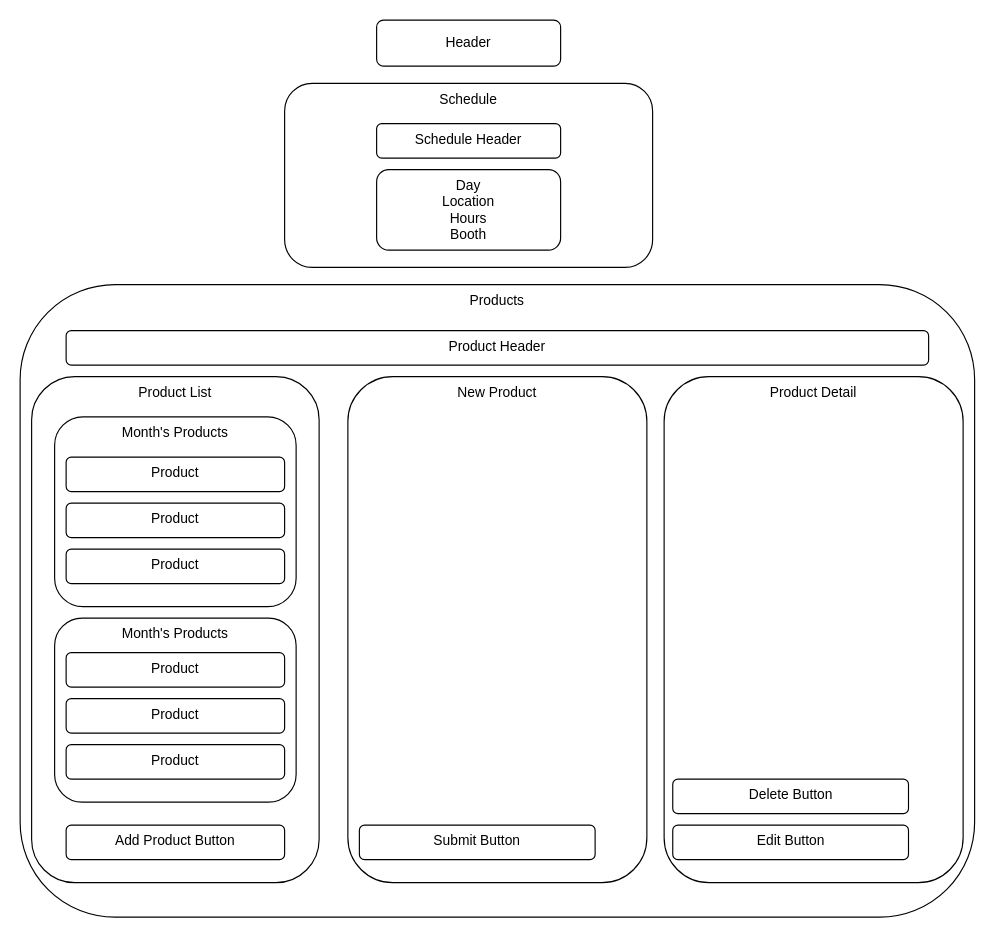
This is Untitled Diagram.drawio from DrewAPeterson7671/react-farmers-market, a draw.io file, before an edit. Source tidied: cells renumbered, new cells numbered last; positions are measured from the earlier drawing's top-left corner, leaving out a move shared by most shapes. Both pictures are drawn from the tidied source at 115%, with x=0, y=0 at pixel (20, 20).
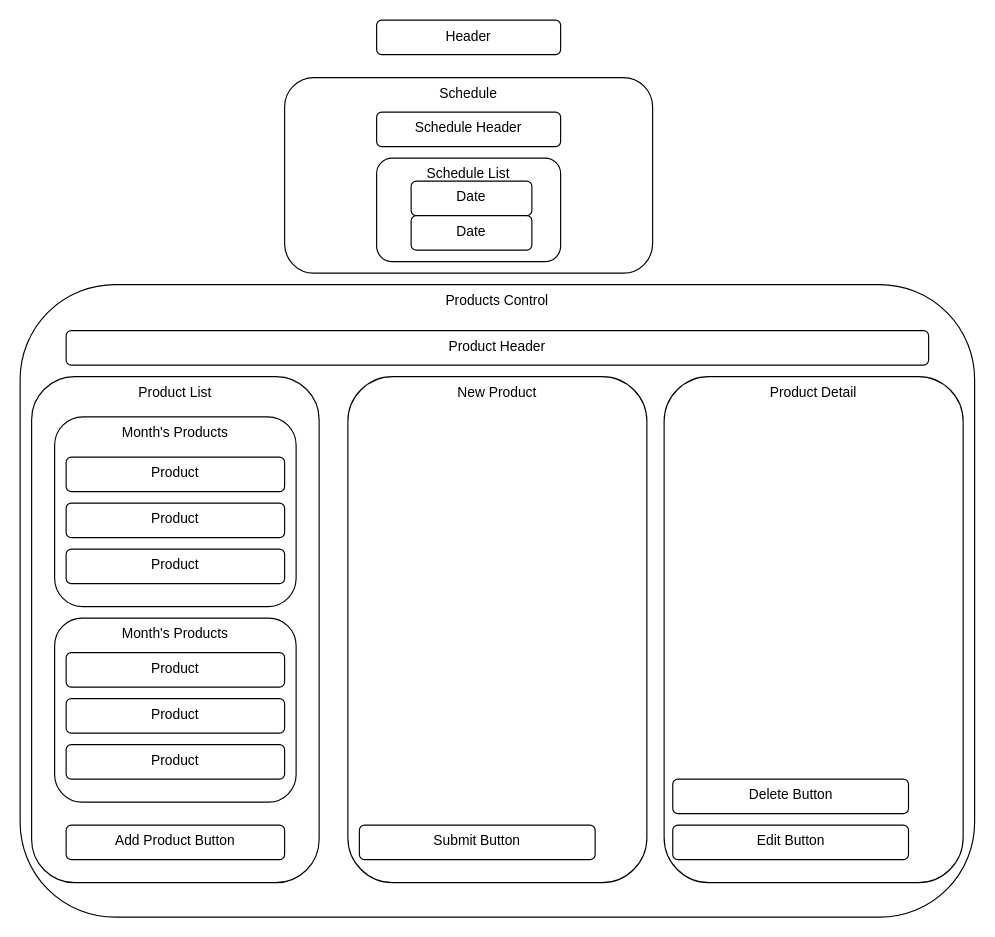
The same diagram, later.

What changed in the source:
```diff
@@
     <mxCell id="2" value="Header" style="rounded=1;whiteSpace=wrap;html=1;" parent="1" vertex="1">
-      <mxGeometry x="310" width="160" height="40" as="geometry" />
+      <mxGeometry x="310" width="160" height="30" as="geometry" />
     </mxCell>
@@
     <mxCell id="4" value="Schedule" style="rounded=1;whiteSpace=wrap;html=1;verticalAlign=top;" parent="1" vertex="1">
-      <mxGeometry x="230" y="55" width="320" height="160" as="geometry" />
+      <mxGeometry x="230" y="50" width="320" height="170" as="geometry" />
     </mxCell>
-    <mxCell id="5" value="Products" style="rounded=1;whiteSpace=wrap;html=1;verticalAlign=top;" parent="1" vertex="1">
+    <mxCell id="5" value="Products Control" style="rounded=1;whiteSpace=wrap;html=1;verticalAlign=top;" parent="1" vertex="1">
       <mxGeometry y="230" width="830" height="550" as="geometry" />
     </mxCell>
     <mxCell id="6" value="Schedule Header" style="rounded=1;whiteSpace=wrap;html=1;verticalAlign=top;" parent="1" vertex="1">
-      <mxGeometry x="310" y="90" width="160" height="30" as="geometry" />
+      <mxGeometry x="310" y="80" width="160" height="30" as="geometry" />
     </mxCell>
-    <mxCell id="7" value="&lt;div&gt;Day&lt;/div&gt;&lt;div&gt;Location&lt;/div&gt;&lt;div&gt;Hours&lt;/div&gt;&lt;div&gt;Booth&lt;br&gt;&lt;/div&gt;" style="rounded=1;whiteSpace=wrap;html=1;verticalAlign=top;" parent="1" vertex="1">
-      <mxGeometry x="310" y="130" width="160" height="70" as="geometry" />
+    <mxCell id="7" value="Schedule List" style="rounded=1;whiteSpace=wrap;html=1;verticalAlign=top;" parent="1" vertex="1">
+      <mxGeometry x="310" y="120" width="160" height="90" as="geometry" />
     </mxCell>
@@
+    <mxCell id="24" value="Date" style="rounded=1;whiteSpace=wrap;html=1;verticalAlign=top;" parent="1" vertex="1">
+      <mxGeometry x="340" y="140" width="105" height="30" as="geometry" />
+    </mxCell>
+    <mxCell id="25" value="Date" style="rounded=1;whiteSpace=wrap;html=1;verticalAlign=top;" parent="1" vertex="1">
+      <mxGeometry x="340" y="170" width="105" height="30" as="geometry" />
+    </mxCell>
```
